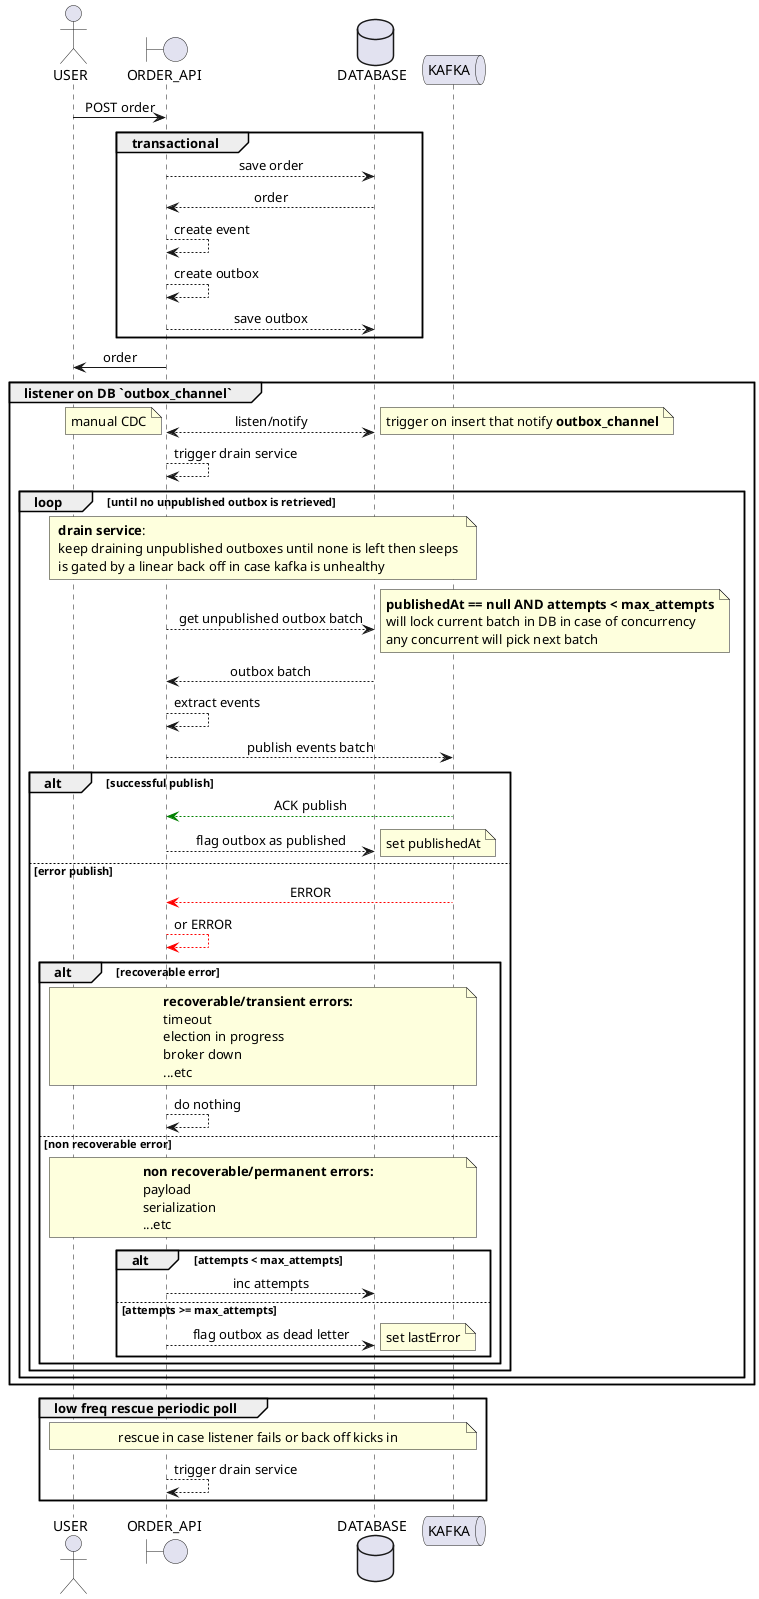
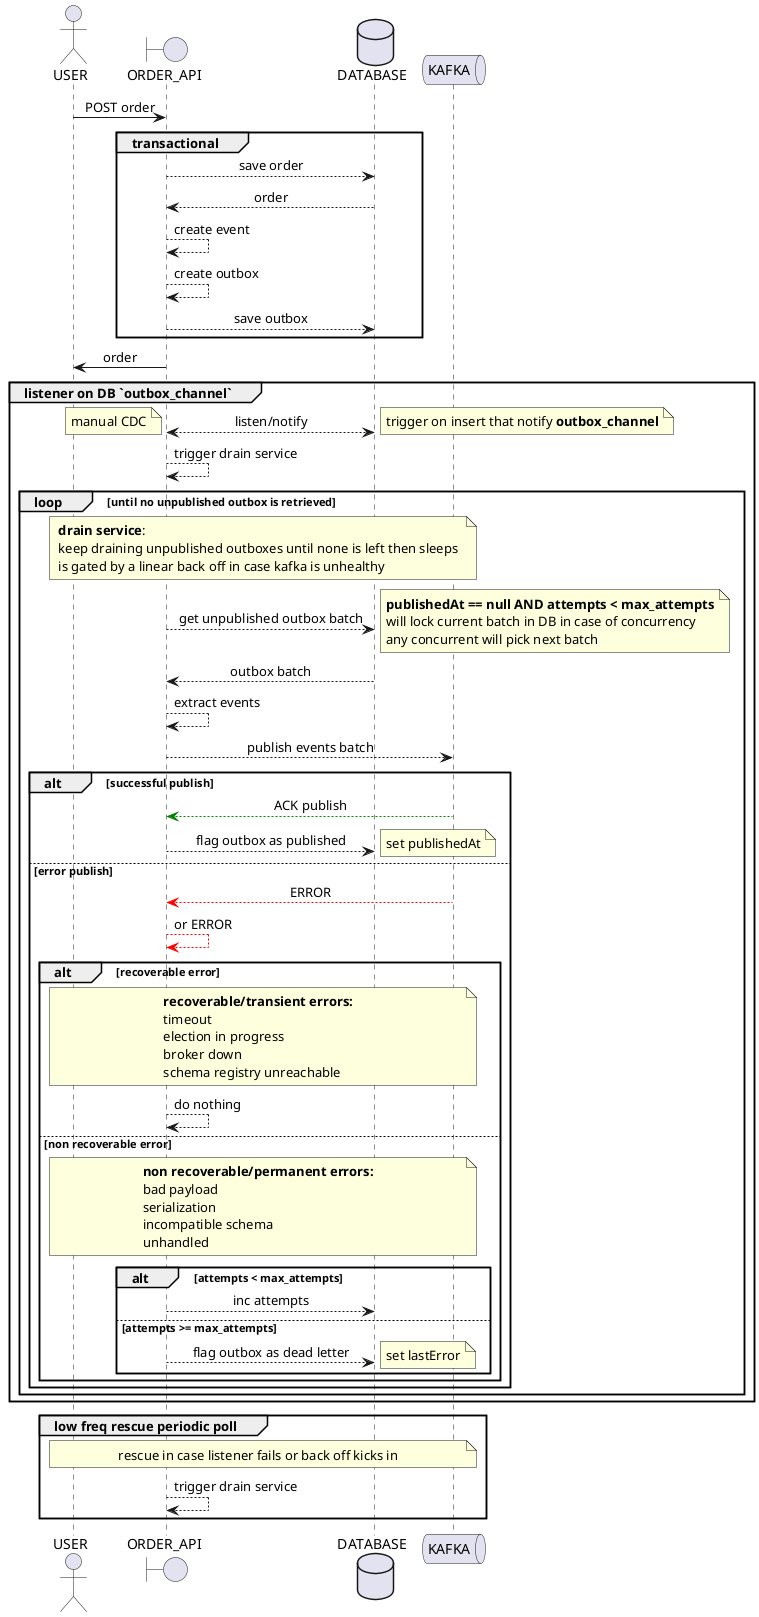
@startuml
skinparam sequenceMessageAlign center

actor USER as U
boundary ORDER_API as API
database DATABASE as DB
queue KAFKA as K

U -> API : POST order
group transactional
    API --> DB : save order
    DB --> API : order
    API --> API : create event
    API --> API : create outbox
    API --> DB : save outbox
end
API -> U : order

group listener on DB `outbox_channel`
    API <--> DB: listen/notify
    note left: manual CDC
    note right: trigger on insert that notify **outbox_channel**
    API --> API: trigger drain service
    loop until no unpublished outbox is retrieved
        note across: **drain service**:\nkeep draining unpublished outboxes until none is left then sleeps\nis gated by a linear back off in case kafka is unhealthy
        API --> DB : get unpublished outbox batch
        note right: **publishedAt == null AND attempts < max_attempts**\nwill lock current batch in DB in case of concurrency\nany concurrent will pick next batch
        DB --> API : outbox batch
        API --> API : extract events
        API --> K : publish events batch
        alt successful publish
            K -[#green]-> API : ACK publish
            API --> DB : flag outbox as published
            note right: set publishedAt
        else error publish
            K -[#red]-> API : ERROR
            API -[#red]-> API : or ERROR
            alt recoverable error
                note across
                    **recoverable/transient errors:**
                    timeout
                    election in progress
                    broker down
-                     ...etc
+                     schema registry unreachable
                end note
                API --> API : do nothing
            else non recoverable error
                note across
                    **non recoverable/permanent errors:**
-                     payload
+                     bad payload
                    serialization
-                     ...etc
+                     incompatible schema
+                     unhandled
                end note
                alt attempts < max_attempts
                    API --> DB : inc attempts
                else attempts >= max_attempts
                    API --> DB : flag outbox as dead letter
                    note right: set lastError
                end
            end
        end
    end
end

group low freq rescue periodic poll
    note across: rescue in case listener fails or back off kicks in
    API --> API: trigger drain service
end
@enduml
